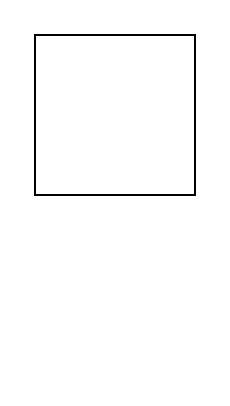
Before: SPIFFS.drawio in EmryEnjoyer/LFSFileExplorer, a draw.io diagram. Source tidied: cells renumbered, new cells numbered last; positions are measured from the earlier drawing's top-left corner, leaving out a move shared by most shapes. Both pictures are drawn from the tidied source at 200%, with x=0, y=0 at pixel (34, 34).
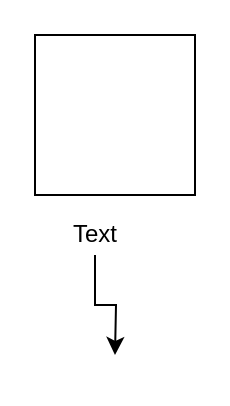
Above is the later version.

Diff of the diagram source:
```diff
@@
 <mxGraphModel>
   <root>
     <mxCell id="0" />
     <mxCell id="1" parent="0" />
     <mxCell id="2" style="whiteSpace=wrap;html=1;" parent="1" vertex="1">
       <mxGeometry width="80" height="80" as="geometry" />
     </mxCell>
+    <mxCell id="3" style="edgeStyle=orthogonalEdgeStyle;rounded=0;jettySize=auto;html=1;" parent="1" edge="1" source="4">
+      <mxGeometry relative="1" as="geometry">
+        <mxPoint x="40" y="160" as="targetPoint" />
+      </mxGeometry>
+    </mxCell>
+    <mxCell id="4" value="Text" style="text;html=1;align=center;verticalAlign=middle;points=[];fillColor=none;strokeColor=none;rounded=0;" parent="1" vertex="1">
+      <mxGeometry x="10" y="90" width="40" height="20" as="geometry" />
+    </mxCell>
   </root>
 </mxGraphModel>
```
